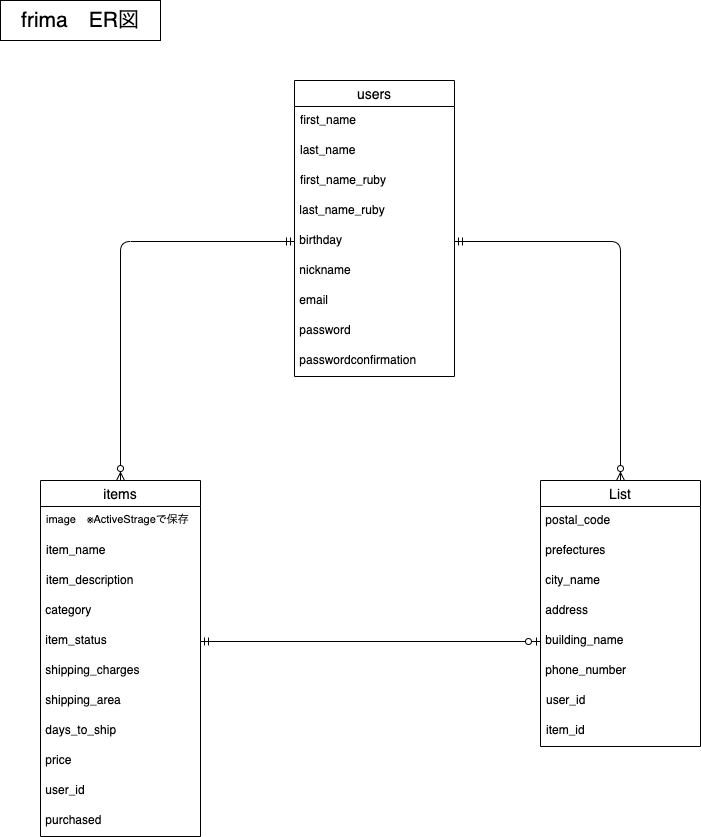
shimon3104/furima-31105 keeps this draw.io diagram as furima.drawio.png. Above is the earlier version. Source tidied: cells renumbered, new cells last; positions are measured from the earlier drawing's top-left corner, leaving out a move shared by most shapes. The source it was exported from:
```xml
<mxGraphModel>
  <root>
    <mxCell id="0" />
    <mxCell id="1" parent="0" />
    <mxCell id="2" value="users" style="swimlane;fontStyle=0;horizontal=1;startSize=26;align=center;fontSize=14;" parent="1" vertex="1">
      <mxGeometry x="294" y="80" width="160" height="296" as="geometry" />
    </mxCell>
    <mxCell id="3" value="first_name" style="text;strokeColor=none;fillColor=none;spacingLeft=4;spacingRight=4;overflow=hidden;fontSize=12;" parent="2" vertex="1">
      <mxGeometry y="26" width="160" height="30" as="geometry" />
    </mxCell>
    <mxCell id="4" value="last_name" style="text;strokeColor=none;fillColor=none;spacingLeft=4;spacingRight=4;overflow=hidden;fontSize=12;" parent="2" vertex="1">
      <mxGeometry y="56" width="160" height="30" as="geometry" />
    </mxCell>
    <mxCell id="5" value="first_name_ruby" style="text;strokeColor=none;fillColor=none;spacingLeft=4;spacingRight=4;overflow=hidden;fontSize=12;" parent="2" vertex="1">
      <mxGeometry y="86" width="160" height="30" as="geometry" />
    </mxCell>
    <mxCell id="6" value=" last_name_ruby&#10;" style="text;" parent="2" vertex="1">
      <mxGeometry y="116" width="160" height="30" as="geometry" />
    </mxCell>
    <mxCell id="7" value=" birthday" style="text;" parent="2" vertex="1">
      <mxGeometry y="146" width="160" height="30" as="geometry" />
    </mxCell>
    <mxCell id="8" value=" nickname" style="text;" parent="2" vertex="1">
      <mxGeometry y="176" width="160" height="30" as="geometry" />
    </mxCell>
    <mxCell id="9" value=" email" style="text;" parent="2" vertex="1">
      <mxGeometry y="206" width="160" height="30" as="geometry" />
    </mxCell>
    <mxCell id="10" value=" password" style="text;" parent="2" vertex="1">
      <mxGeometry y="236" width="160" height="30" as="geometry" />
    </mxCell>
    <mxCell id="11" value=" passwordconfirmation" style="text;" parent="2" vertex="1">
      <mxGeometry y="266" width="160" height="30" as="geometry" />
    </mxCell>
    <mxCell id="12" value="List" style="swimlane;fontStyle=0;horizontal=1;startSize=26;align=center;fontSize=14;" parent="1" vertex="1">
      <mxGeometry x="540" y="480" width="160" height="266" as="geometry" />
    </mxCell>
    <mxCell id="13" value=" postal_code" style="text;" parent="12" vertex="1">
      <mxGeometry y="26" width="160" height="30" as="geometry" />
    </mxCell>
    <mxCell id="14" value=" prefectures" style="text;" parent="12" vertex="1">
      <mxGeometry y="56" width="160" height="30" as="geometry" />
    </mxCell>
    <mxCell id="15" value=" city_name" style="text;" parent="12" vertex="1">
      <mxGeometry y="86" width="160" height="30" as="geometry" />
    </mxCell>
    <mxCell id="16" value=" address" style="text;" parent="12" vertex="1">
      <mxGeometry y="116" width="160" height="30" as="geometry" />
    </mxCell>
    <mxCell id="17" value=" building_name" style="text;" parent="12" vertex="1">
      <mxGeometry y="146" width="160" height="30" as="geometry" />
    </mxCell>
    <mxCell id="18" value=" phone_number" style="text;" parent="12" vertex="1">
      <mxGeometry y="176" width="160" height="30" as="geometry" />
    </mxCell>
    <mxCell id="19" value="user_id" style="text;strokeColor=none;fillColor=none;spacingLeft=4;spacingRight=4;overflow=hidden;fontSize=12;" parent="12" vertex="1">
      <mxGeometry y="206" width="160" height="30" as="geometry" />
    </mxCell>
    <mxCell id="20" value="item_id" style="text;strokeColor=none;fillColor=none;spacingLeft=4;spacingRight=4;overflow=hidden;points=[[0,0.5],[1,0.5]];portConstraint=eastwest;fontSize=12;" parent="12" vertex="1">
      <mxGeometry y="236" width="160" height="30" as="geometry" />
    </mxCell>
    <mxCell id="21" style="edgeStyle=orthogonalEdgeStyle;fontSize=12;html=1;endArrow=ERzeroToMany;startArrow=ERmandOne;exitX=0;exitY=0.5;exitDx=0;exitDy=0;entryX=0.5;entryY=0;entryDx=0;entryDy=0;" parent="1" edge="1" source="7" target="25">
      <mxGeometry relative="1" as="geometry" />
    </mxCell>
    <mxCell id="22" style="edgeStyle=orthogonalEdgeStyle;fontSize=12;html=1;endArrow=ERzeroToMany;startArrow=ERmandOne;exitX=1;exitY=0.5;exitDx=0;exitDy=0;entryX=0.5;entryY=0;entryDx=0;entryDy=0;" parent="1" edge="1" source="7" target="12">
      <mxGeometry relative="1" as="geometry" />
    </mxCell>
    <mxCell id="23" style="fontSize=12;html=1;endArrow=ERzeroToOne;startArrow=ERmandOne;exitX=1;exitY=0.5;exitDx=0;exitDy=0;entryX=0;entryY=0.5;entryDx=0;entryDy=0;" parent="1" edge="1" source="30" target="17">
      <mxGeometry relative="1" as="geometry" />
    </mxCell>
    <mxCell id="24" value="frima　ER図" style="rounded=0;whiteSpace=wrap;html=1;fontSize=21;" parent="1" vertex="1">
      <mxGeometry width="160" height="40" as="geometry" />
    </mxCell>
    <mxCell id="25" value="items" style="swimlane;fontStyle=0;horizontal=1;startSize=26;align=center;fontSize=14;" parent="1" vertex="1">
      <mxGeometry x="40" y="480" width="160" height="356" as="geometry" />
    </mxCell>
    <mxCell id="26" value="image　※ActiveStrageで保存&#10;" style="text;strokeColor=none;fillColor=none;spacingLeft=4;spacingRight=4;overflow=hidden;fontSize=11;" parent="25" vertex="1">
      <mxGeometry y="26" width="160" height="30" as="geometry" />
    </mxCell>
    <mxCell id="27" value="item_name" style="text;strokeColor=none;fillColor=none;spacingLeft=4;spacingRight=4;overflow=hidden;points=[[0,0.5],[1,0.5]];portConstraint=eastwest;fontSize=12;" parent="25" vertex="1">
      <mxGeometry y="56" width="160" height="30" as="geometry" />
    </mxCell>
    <mxCell id="28" value="item_description" style="text;strokeColor=none;fillColor=none;spacingLeft=4;spacingRight=4;overflow=hidden;fontSize=12;" parent="25" vertex="1">
      <mxGeometry y="86" width="160" height="30" as="geometry" />
    </mxCell>
    <mxCell id="29" value=" category" style="text;" parent="25" vertex="1">
      <mxGeometry y="116" width="160" height="30" as="geometry" />
    </mxCell>
    <mxCell id="30" value=" item_status" style="text;" parent="25" vertex="1">
      <mxGeometry y="146" width="160" height="30" as="geometry" />
    </mxCell>
    <mxCell id="31" value=" shipping_charges" style="text;" parent="25" vertex="1">
      <mxGeometry y="176" width="160" height="30" as="geometry" />
    </mxCell>
    <mxCell id="32" value=" shipping_area" style="text;" parent="25" vertex="1">
      <mxGeometry y="206" width="160" height="30" as="geometry" />
    </mxCell>
    <mxCell id="33" value=" days_to_ship" style="text;" parent="25" vertex="1">
      <mxGeometry y="236" width="160" height="30" as="geometry" />
    </mxCell>
    <mxCell id="34" value=" price" style="text;" parent="25" vertex="1">
      <mxGeometry y="266" width="160" height="30" as="geometry" />
    </mxCell>
    <mxCell id="35" value=" user_id" style="text;" parent="25" vertex="1">
      <mxGeometry y="296" width="160" height="30" as="geometry" />
    </mxCell>
    <mxCell id="36" value=" purchased" style="text;" parent="25" vertex="1">
      <mxGeometry y="326" width="160" height="30" as="geometry" />
    </mxCell>
  </root>
</mxGraphModel>
```
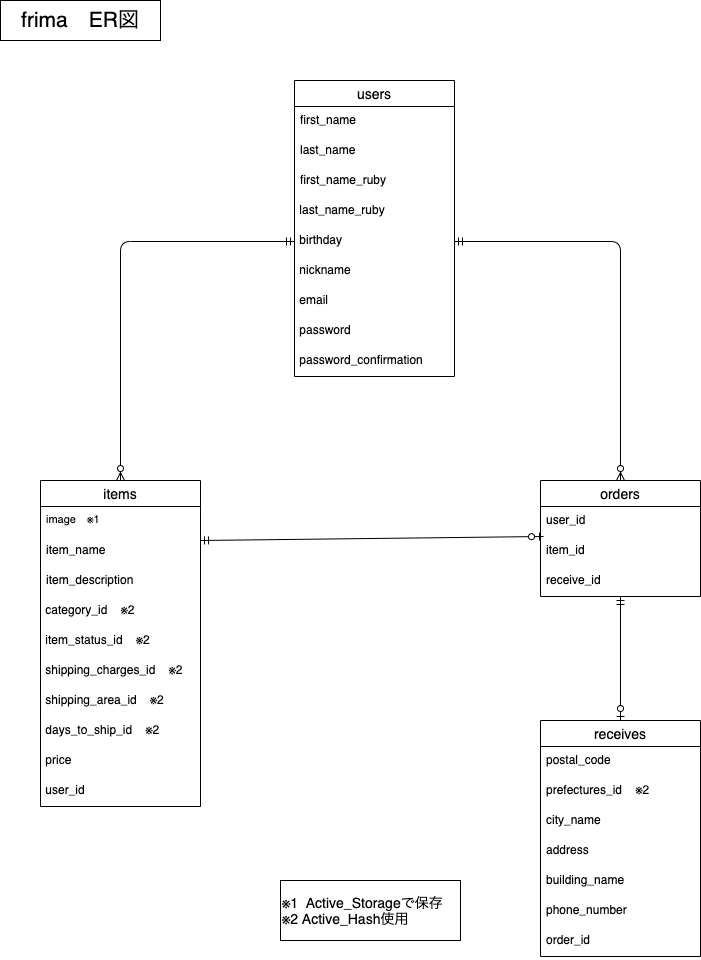
Later version of the same file.

Commit message:
ER図、READMEの修正

What changed in the source:
```diff
@@ -29,52 +29,37 @@
     <mxCell id="10" value=" password" style="text;" parent="2" vertex="1">
       <mxGeometry y="236" width="160" height="30" as="geometry" />
     </mxCell>
-    <mxCell id="11" value=" passwordconfirmation" style="text;" parent="2" vertex="1">
+    <mxCell id="11" value=" password_confirmation" style="text;" parent="2" vertex="1">
       <mxGeometry y="266" width="160" height="30" as="geometry" />
     </mxCell>
-    <mxCell id="12" value="List" style="swimlane;fontStyle=0;horizontal=1;startSize=26;align=center;fontSize=14;" parent="1" vertex="1">
-      <mxGeometry x="540" y="480" width="160" height="266" as="geometry" />
+    <mxCell id="12" value="orders" style="swimlane;fontStyle=0;horizontal=1;startSize=26;align=center;fontSize=14;" parent="1" vertex="1">
+      <mxGeometry x="540" y="480" width="160" height="116" as="geometry" />
     </mxCell>
-    <mxCell id="13" value=" postal_code" style="text;" parent="12" vertex="1">
-      <mxGeometry y="26" width="160" height="30" as="geometry" />
-    </mxCell>
-    <mxCell id="14" value=" prefectures" style="text;" parent="12" vertex="1">
-      <mxGeometry y="56" width="160" height="30" as="geometry" />
-    </mxCell>
-    <mxCell id="15" value=" city_name" style="text;" parent="12" vertex="1">
-      <mxGeometry y="86" width="160" height="30" as="geometry" />
-    </mxCell>
-    <mxCell id="16" value=" address" style="text;" parent="12" vertex="1">
-      <mxGeometry y="116" width="160" height="30" as="geometry" />
-    </mxCell>
-    <mxCell id="17" value=" building_name" style="text;" parent="12" vertex="1">
-      <mxGeometry y="146" width="160" height="30" as="geometry" />
-    </mxCell>
-    <mxCell id="18" value=" phone_number" style="text;" parent="12" vertex="1">
-      <mxGeometry y="176" width="160" height="30" as="geometry" />
-    </mxCell>
     <mxCell id="19" value="user_id" style="text;strokeColor=none;fillColor=none;spacingLeft=4;spacingRight=4;overflow=hidden;fontSize=12;" parent="12" vertex="1">
-      <mxGeometry y="206" width="160" height="30" as="geometry" />
+      <mxGeometry y="26" width="160" height="30" as="geometry" />
     </mxCell>
     <mxCell id="20" value="item_id" style="text;strokeColor=none;fillColor=none;spacingLeft=4;spacingRight=4;overflow=hidden;points=[[0,0.5],[1,0.5]];portConstraint=eastwest;fontSize=12;" parent="12" vertex="1">
-      <mxGeometry y="236" width="160" height="30" as="geometry" />
+      <mxGeometry y="56" width="160" height="30" as="geometry" />
     </mxCell>
+    <mxCell id="37" value="receive_id" style="text;strokeColor=none;fillColor=none;spacingLeft=4;spacingRight=4;overflow=hidden;fontSize=12;" parent="12" vertex="1">
+      <mxGeometry y="86" width="160" height="30" as="geometry" />
+    </mxCell>
     <mxCell id="21" style="edgeStyle=orthogonalEdgeStyle;fontSize=12;html=1;endArrow=ERzeroToMany;startArrow=ERmandOne;exitX=0;exitY=0.5;exitDx=0;exitDy=0;entryX=0.5;entryY=0;entryDx=0;entryDy=0;" parent="1" edge="1" source="7" target="25">
       <mxGeometry relative="1" as="geometry" />
     </mxCell>
     <mxCell id="22" style="edgeStyle=orthogonalEdgeStyle;fontSize=12;html=1;endArrow=ERzeroToMany;startArrow=ERmandOne;exitX=1;exitY=0.5;exitDx=0;exitDy=0;entryX=0.5;entryY=0;entryDx=0;entryDy=0;" parent="1" edge="1" source="7" target="12">
       <mxGeometry relative="1" as="geometry" />
     </mxCell>
-    <mxCell id="23" style="fontSize=12;html=1;endArrow=ERzeroToOne;startArrow=ERmandOne;exitX=1;exitY=0.5;exitDx=0;exitDy=0;entryX=0;entryY=0.5;entryDx=0;entryDy=0;" parent="1" edge="1" source="30" target="17">
+    <mxCell id="23" style="fontSize=12;html=1;endArrow=ERzeroToOne;startArrow=ERmandOne;exitX=1;exitY=0.133;exitDx=0;exitDy=0;entryX=0.019;entryY=0;entryDx=0;entryDy=0;exitPerimeter=0;entryPerimeter=0;" parent="1" edge="1" source="27" target="20">
       <mxGeometry relative="1" as="geometry" />
     </mxCell>
     <mxCell id="24" value="frima　ER図" style="rounded=0;whiteSpace=wrap;html=1;fontSize=21;" parent="1" vertex="1">
       <mxGeometry width="160" height="40" as="geometry" />
     </mxCell>
     <mxCell id="25" value="items" style="swimlane;fontStyle=0;horizontal=1;startSize=26;align=center;fontSize=14;" parent="1" vertex="1">
-      <mxGeometry x="40" y="480" width="160" height="356" as="geometry" />
+      <mxGeometry x="40" y="480" width="160" height="326" as="geometry" />
     </mxCell>
-    <mxCell id="26" value="image　※ActiveStrageで保存&#10;" style="text;strokeColor=none;fillColor=none;spacingLeft=4;spacingRight=4;overflow=hidden;fontSize=11;" parent="25" vertex="1">
+    <mxCell id="26" value="image　※1" style="text;strokeColor=none;fillColor=none;spacingLeft=4;spacingRight=4;overflow=hidden;fontSize=11;" parent="25" vertex="1">
       <mxGeometry y="26" width="160" height="30" as="geometry" />
     </mxCell>
     <mxCell id="27" value="item_name" style="text;strokeColor=none;fillColor=none;spacingLeft=4;spacingRight=4;overflow=hidden;points=[[0,0.5],[1,0.5]];portConstraint=eastwest;fontSize=12;" parent="25" vertex="1">
@@ -83,19 +68,19 @@
     <mxCell id="28" value="item_description" style="text;strokeColor=none;fillColor=none;spacingLeft=4;spacingRight=4;overflow=hidden;fontSize=12;" parent="25" vertex="1">
       <mxGeometry y="86" width="160" height="30" as="geometry" />
     </mxCell>
-    <mxCell id="29" value=" category" style="text;" parent="25" vertex="1">
+    <mxCell id="29" value=" category_id    ※2" style="text;" parent="25" vertex="1">
       <mxGeometry y="116" width="160" height="30" as="geometry" />
     </mxCell>
-    <mxCell id="30" value=" item_status" style="text;" parent="25" vertex="1">
+    <mxCell id="30" value=" item_status_id    ※2" style="text;" parent="25" vertex="1">
       <mxGeometry y="146" width="160" height="30" as="geometry" />
     </mxCell>
-    <mxCell id="31" value=" shipping_charges" style="text;" parent="25" vertex="1">
+    <mxCell id="31" value=" shipping_charges_id    ※2" style="text;" parent="25" vertex="1">
       <mxGeometry y="176" width="160" height="30" as="geometry" />
     </mxCell>
-    <mxCell id="32" value=" shipping_area" style="text;" parent="25" vertex="1">
+    <mxCell id="32" value=" shipping_area_id    ※2" style="text;" parent="25" vertex="1">
       <mxGeometry y="206" width="160" height="30" as="geometry" />
     </mxCell>
-    <mxCell id="33" value=" days_to_ship" style="text;" parent="25" vertex="1">
+    <mxCell id="33" value=" days_to_ship_id    ※2" style="text;" parent="25" vertex="1">
       <mxGeometry y="236" width="160" height="30" as="geometry" />
     </mxCell>
     <mxCell id="34" value=" price" style="text;" parent="25" vertex="1">
@@ -104,8 +89,37 @@
     <mxCell id="35" value=" user_id" style="text;" parent="25" vertex="1">
       <mxGeometry y="296" width="160" height="30" as="geometry" />
     </mxCell>
-    <mxCell id="36" value=" purchased" style="text;" parent="25" vertex="1">
-      <mxGeometry y="326" width="160" height="30" as="geometry" />
-    </mxCell>
+    <mxCell id="38" value="receives" style="swimlane;fontStyle=0;horizontal=1;startSize=26;align=center;fontSize=14;" parent="1" vertex="1">
+      <mxGeometry x="540" y="720" width="160" height="236" as="geometry" />
+    </mxCell>
+    <mxCell id="13" value="postal_code" style="text;strokeColor=none;fillColor=none;spacingLeft=4;spacingRight=4;overflow=hidden;fontSize=12;" parent="38" vertex="1">
+      <mxGeometry y="26" width="160" height="30" as="geometry" />
+    </mxCell>
+    <mxCell id="39" value="prefectures_id    ※2" style="text;strokeColor=none;fillColor=none;spacingLeft=4;spacingRight=4;overflow=hidden;fontSize=12;" parent="38" vertex="1">
+      <mxGeometry y="56" width="160" height="30" as="geometry" />
+    </mxCell>
+    <mxCell id="15" value="city_name" style="text;strokeColor=none;fillColor=none;spacingLeft=4;spacingRight=4;overflow=hidden;fontSize=12;" parent="38" vertex="1">
+      <mxGeometry y="86" width="160" height="30" as="geometry" />
+    </mxCell>
+    <mxCell id="16" value="address" style="text;strokeColor=none;fillColor=none;spacingLeft=4;spacingRight=4;overflow=hidden;fontSize=12;" parent="38" vertex="1">
+      <mxGeometry y="116" width="160" height="30" as="geometry" />
+    </mxCell>
+    <mxCell id="17" value="building_name" style="text;strokeColor=none;fillColor=none;spacingLeft=4;spacingRight=4;overflow=hidden;points=[[0,0.5],[1,0.5]];portConstraint=eastwest;fontSize=12;" parent="38" vertex="1">
+      <mxGeometry y="146" width="160" height="30" as="geometry" />
+    </mxCell>
+    <mxCell id="18" value="phone_number" style="text;strokeColor=none;fillColor=none;spacingLeft=4;spacingRight=4;overflow=hidden;fontSize=12;" parent="38" vertex="1">
+      <mxGeometry y="176" width="160" height="30" as="geometry" />
+    </mxCell>
+    <mxCell id="40" value="order_id" style="text;strokeColor=none;fillColor=none;spacingLeft=4;spacingRight=4;overflow=hidden;fontSize=12;" parent="38" vertex="1">
+      <mxGeometry y="206" width="160" height="30" as="geometry" />
+    </mxCell>
+    <mxCell id="41" value="※1&amp;nbsp;&amp;nbsp;Active_Storageで保存&lt;br style=&quot;font-size: 14px&quot;&gt;※2 Active_Hash使用" style="rounded=0;whiteSpace=wrap;html=1;align=left;fontSize=14;" parent="1" vertex="1">
+      <mxGeometry x="280" y="880" width="180" height="60" as="geometry" />
+    </mxCell>
+    <mxCell id="42" style="fontSize=12;html=1;endArrow=ERzeroToOne;startArrow=ERmandOne;entryX=0.5;entryY=0;entryDx=0;entryDy=0;entryPerimeter=0;" parent="1" edge="1" target="38">
+      <mxGeometry relative="1" as="geometry">
+        <mxPoint x="620" y="596" as="sourcePoint" />
+      </mxGeometry>
+    </mxCell>
   </root>
 </mxGraphModel>
```
